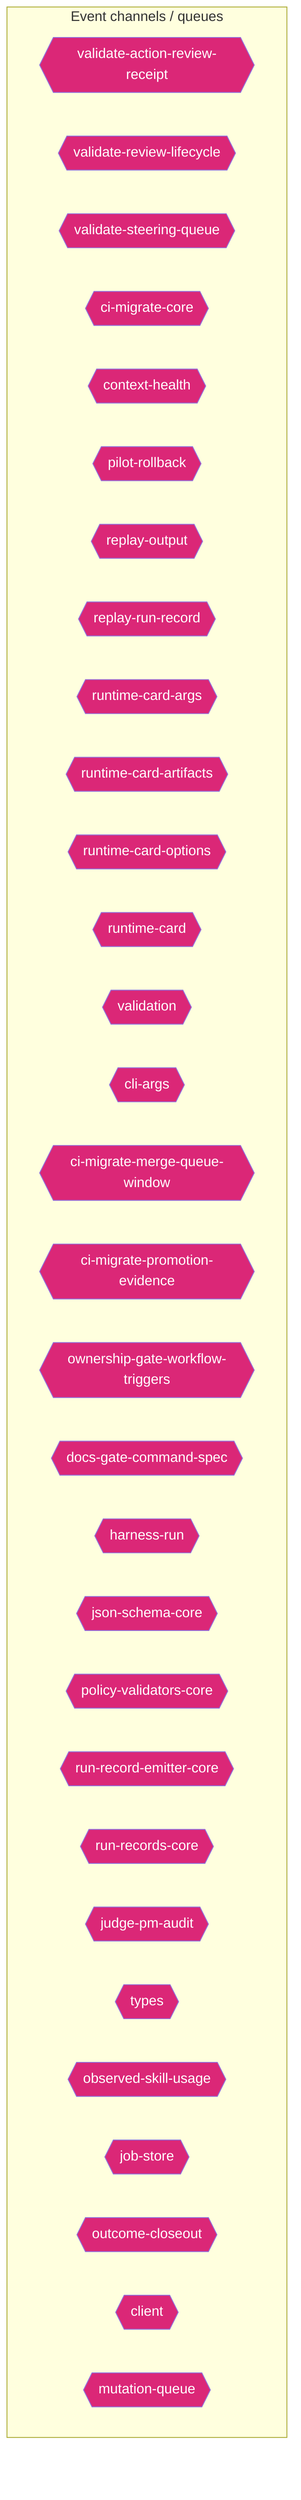
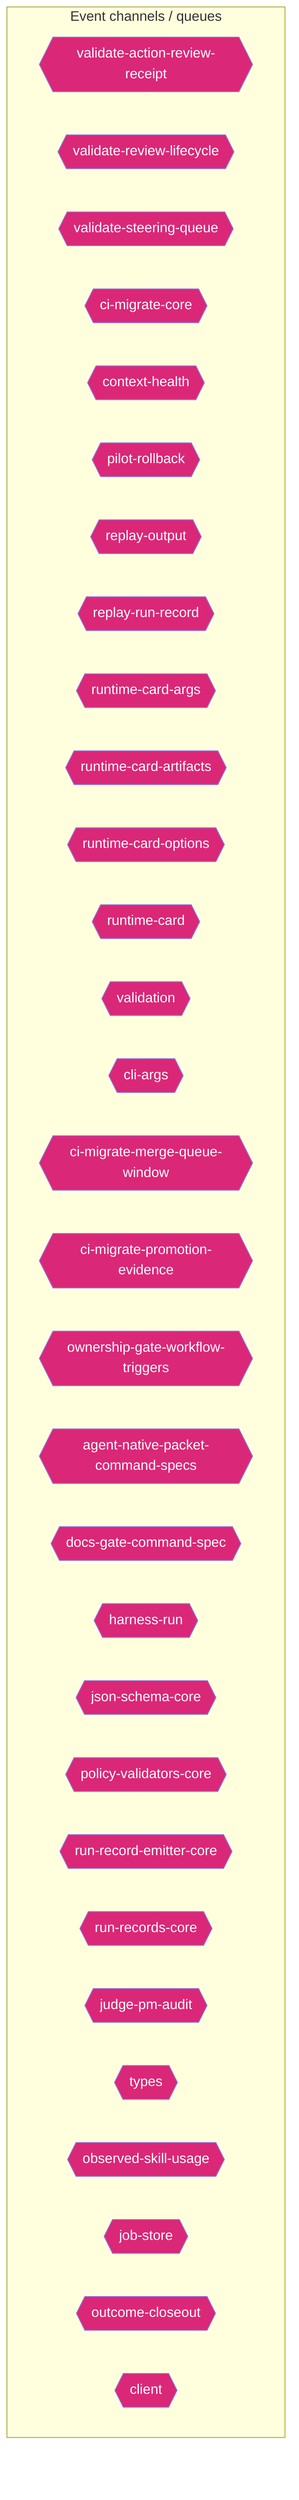
flowchart TD
  subgraph Channels["Event channels / queues"]
    validate_action_review_receipt_fa2f06c3{{"validate-action-review-receipt"}}
    validate_review_lifecycle_0b410d1e{{"validate-review-lifecycle"}}
    validate_steering_queue_4bc0cc94{{"validate-steering-queue"}}
    ci_migrate_core_7005b5af{{"ci-migrate-core"}}
    context_health_80bb7da9{{"context-health"}}
    pilot_rollback_00c1f82c{{"pilot-rollback"}}
    replay_output_993eda9e{{"replay-output"}}
    replay_run_record_9a08cce2{{"replay-run-record"}}
    runtime_card_args_2b3d4b28{{"runtime-card-args"}}
    runtime_card_artifacts_143b799c{{"runtime-card-artifacts"}}
    runtime_card_options_c9156ad5{{"runtime-card-options"}}
    runtime_card_e06b53e1{{"runtime-card"}}
    validation_98c41dcd{{"validation"}}
    cli_args_1_6144b055{{"cli-args"}}
    ci_migrate_merge_queue_window_0070bd6d{{"ci-migrate-merge-queue-window"}}
    ci_migrate_promotion_evidence_1a2dc527{{"ci-migrate-promotion-evidence"}}
    ownership_gate_workflow_triggers_b60d2eab{{"ownership-gate-workflow-triggers"}}
+     agent_native_packet_command_specs_5e921752{{"agent-native-packet-command-specs"}}
    docs_gate_command_spec_16795187{{"docs-gate-command-spec"}}
    harness_run_c0761792{{"harness-run"}}
    json_schema_core_96d7e328{{"json-schema-core"}}
    policy_validators_core_714a3fe7{{"policy-validators-core"}}
    run_record_emitter_core_688049d5{{"run-record-emitter-core"}}
    run_records_core_89286dfa{{"run-records-core"}}
    judge_pm_audit_ccd20b35{{"judge-pm-audit"}}
    types_11_4be3ee64{{"types"}}
    observed_skill_usage_ed7d5930{{"observed-skill-usage"}}
    job_store_4ca3b42f{{"job-store"}}
    outcome_closeout_ba497ec2{{"outcome-closeout"}}
    client_948fe603{{"client"}}
-     mutation_queue_ce5a530e{{"mutation-queue"}}
  end
  classDef eventNode fill:#db2777,color:#fff
-   class validate_action_review_receipt_fa2f06c3,validate_review_lifecycle_0b410d1e,validate_steering_queue_4bc0cc94,ci_migrate_core_7005b5af,context_health_80bb7da9,pilot_rollback_00c1f82c,replay_output_993eda9e,replay_run_record_9a08cce2,runtime_card_args_2b3d4b28,runtime_card_artifacts_143b799c,runtime_card_options_c9156ad5,runtime_card_e06b53e1,validation_98c41dcd,cli_args_1_6144b055,ci_migrate_merge_queue_window_0070bd6d,ci_migrate_promotion_evidence_1a2dc527,ownership_gate_workflow_triggers_b60d2eab,docs_gate_command_spec_16795187,harness_run_c0761792,json_schema_core_96d7e328,policy_validators_core_714a3fe7,run_record_emitter_core_688049d5,run_records_core_89286dfa,judge_pm_audit_ccd20b35,types_11_4be3ee64,observed_skill_usage_ed7d5930,job_store_4ca3b42f,outcome_closeout_ba497ec2,client_948fe603,mutation_queue_ce5a530e eventNode
+   class validate_action_review_receipt_fa2f06c3,validate_review_lifecycle_0b410d1e,validate_steering_queue_4bc0cc94,ci_migrate_core_7005b5af,context_health_80bb7da9,pilot_rollback_00c1f82c,replay_output_993eda9e,replay_run_record_9a08cce2,runtime_card_args_2b3d4b28,runtime_card_artifacts_143b799c,runtime_card_options_c9156ad5,runtime_card_e06b53e1,validation_98c41dcd,cli_args_1_6144b055,ci_migrate_merge_queue_window_0070bd6d,ci_migrate_promotion_evidence_1a2dc527,ownership_gate_workflow_triggers_b60d2eab,agent_native_packet_command_specs_5e921752,docs_gate_command_spec_16795187,harness_run_c0761792,json_schema_core_96d7e328,policy_validators_core_714a3fe7,run_record_emitter_core_688049d5,run_records_core_89286dfa,judge_pm_audit_ccd20b35,types_11_4be3ee64,observed_skill_usage_ed7d5930,job_store_4ca3b42f,outcome_closeout_ba497ec2,client_948fe603 eventNode
